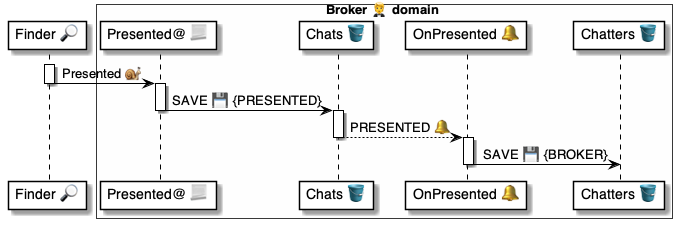
Above: 4 ⚙️ Solution/20 🧑‍🦰 UI/Brokers 🤵/🤵🪣 Broker tables/Chats 💬 table/🪣🔔 5 Presented/🤵 OnChatPresented ⚙️ uml.png in pollyweb-org/pollyweb-docs (PlantUML), before the change. Its source is kept beside it as 4 ⚙️ Solution/20 🧑‍🦰 UI/Brokers 🤵/🤵🪣 Broker tables/Chats 💬 table/🪣🔔 5 Presented/🤵 OnChatPresented ⚙️ uml.puml. Source of this version:
```plantuml
@startuml OnChatPresented

participant "Finder 🔎" as finder

box Broker 🤵 domain #FFFFFA
    participant "Presented@ 📃" as script
    participant "Chats 🪣" as chats
    participant "OnPresented 🔔" as handler
    participant "Chatters 🪣" as chatters
end box

activate finder
    finder -> script: Presented 🐌
deactivate finder

activate script
    script -> chats: SAVE 💾 {PRESENTED}
deactivate script

activate chats
    chats --> handler: PRESENTED 🔔
deactivate chats

activate handler
    handler -> chatters: SAVE 💾 {BROKER}
deactivate handler

@enduml
```
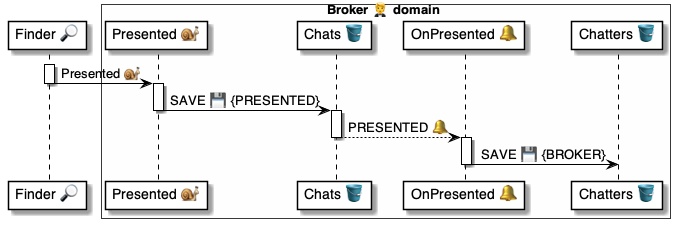
The same diagram one commit later.

The edit, as a diff of the source:
```diff
@@ -3,7 +3,7 @@
 participant "Finder 🔎" as finder
 
 box Broker 🤵 domain #FFFFFA
-    participant "Presented@ 📃" as script
+    participant "Presented 🐌" as script
     participant "Chats 🪣" as chats
     participant "OnPresented 🔔" as handler
     participant "Chatters 🪣" as chatters
```
